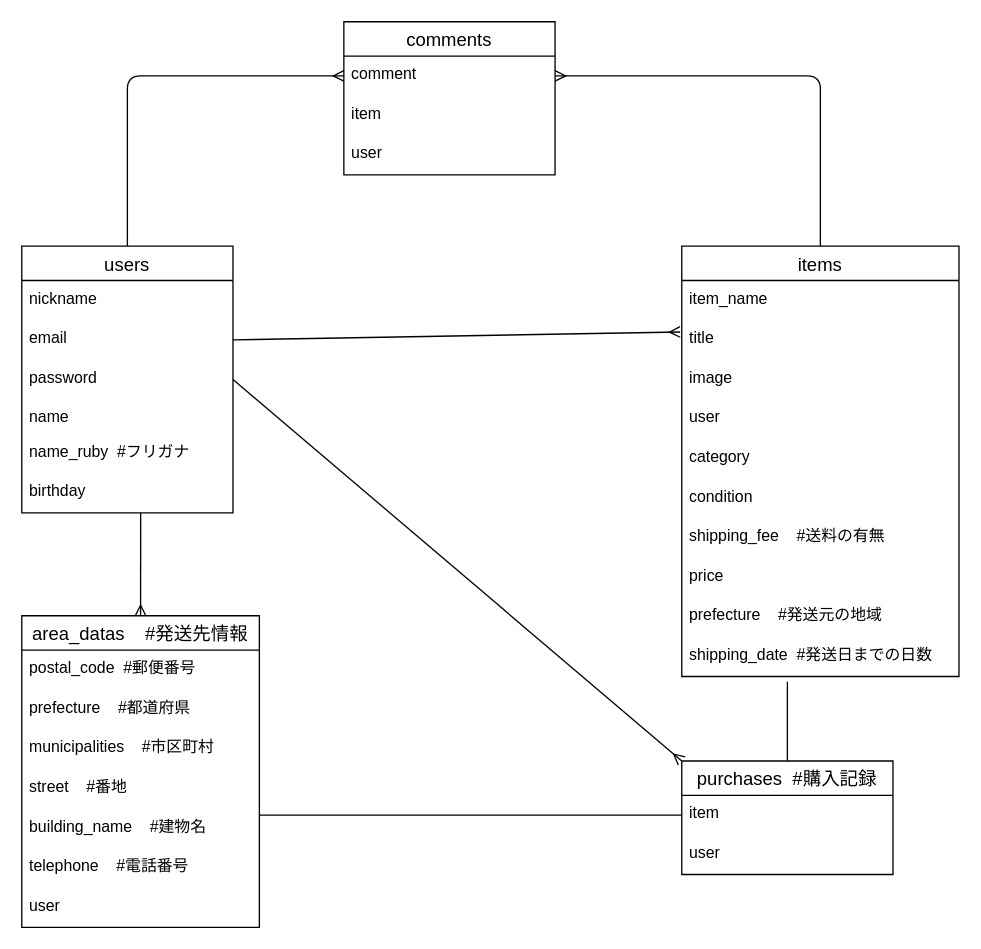
Earlier version of the draw.io diagram furima.dio (KE1ok/furima-40602). Source tidied: cells renumbered, new cells numbered last; positions are measured from the earlier drawing's top-left corner, leaving out a move shared by most shapes. Both pictures are drawn from the tidied source at 132%, with x=0, y=0 at pixel (21, 21).
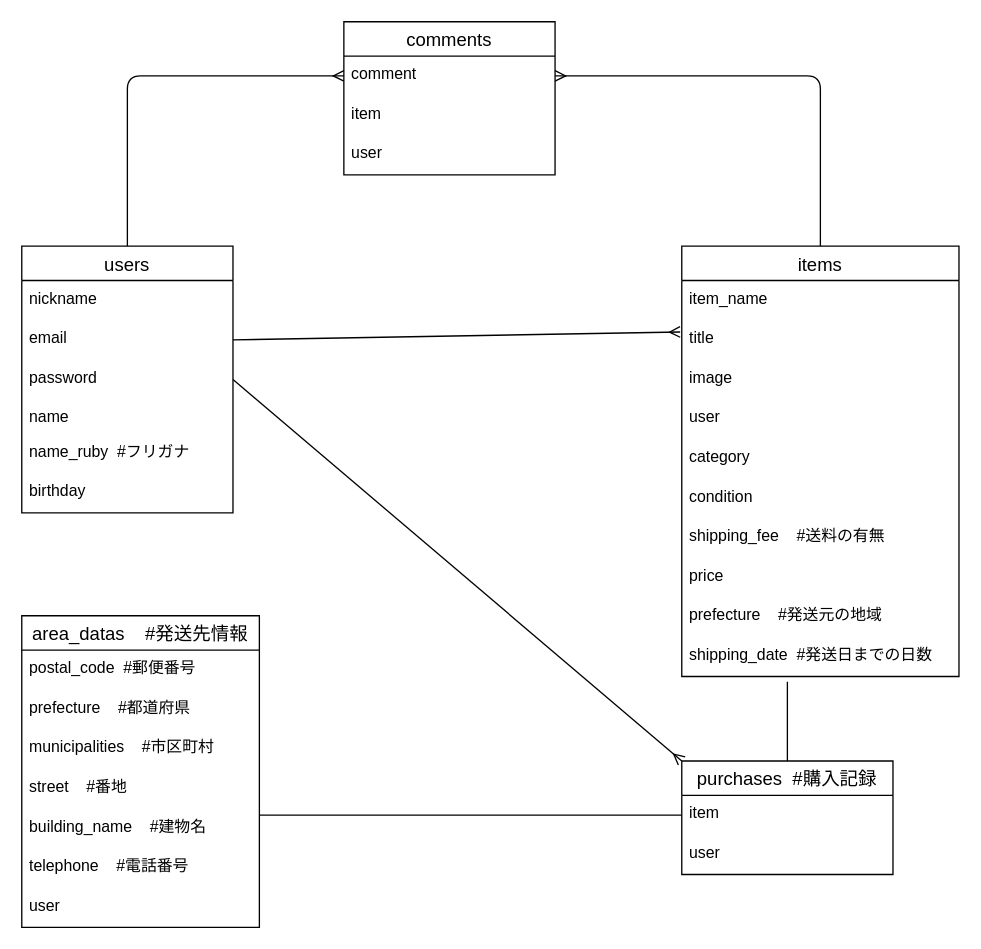
Above is the later version.

Commit message (it also covers changes not shown here):
area_datasの外部キーを変更

The change refers to these unchanged cells:
```xml
<mxCell id="9" value="birthday" style="text;strokeColor=none;fillColor=none;spacingLeft=4;spacingRight=4;overflow=hidden;points=[[0,0.5],[1,0.5]];portConstraint=eastwest;fontSize=12;" parent="3" vertex="1">
  <mxGeometry y="172" width="160" height="30" as="geometry" />
</mxCell>
<mxCell id="31" value="area_datas    #発送先情報" style="swimlane;fontStyle=0;horizontal=1;startSize=26;align=center;fontSize=14;" parent="1" vertex="1">
  <mxGeometry y="450" width="180" height="236" as="geometry" />
</mxCell>
```

The edit, as a diff of the source:
```diff
@@
-    <mxCell id="30" style="edgeStyle=none;html=1;endArrow=ERmany;endFill=0;entryX=0.5;entryY=0;entryDx=0;entryDy=0;exitX=0.563;exitY=1;exitDx=0;exitDy=0;exitPerimeter=0;" parent="1" edge="1" source="9" target="31">
-      <mxGeometry relative="1" as="geometry" />
-    </mxCell>
```
